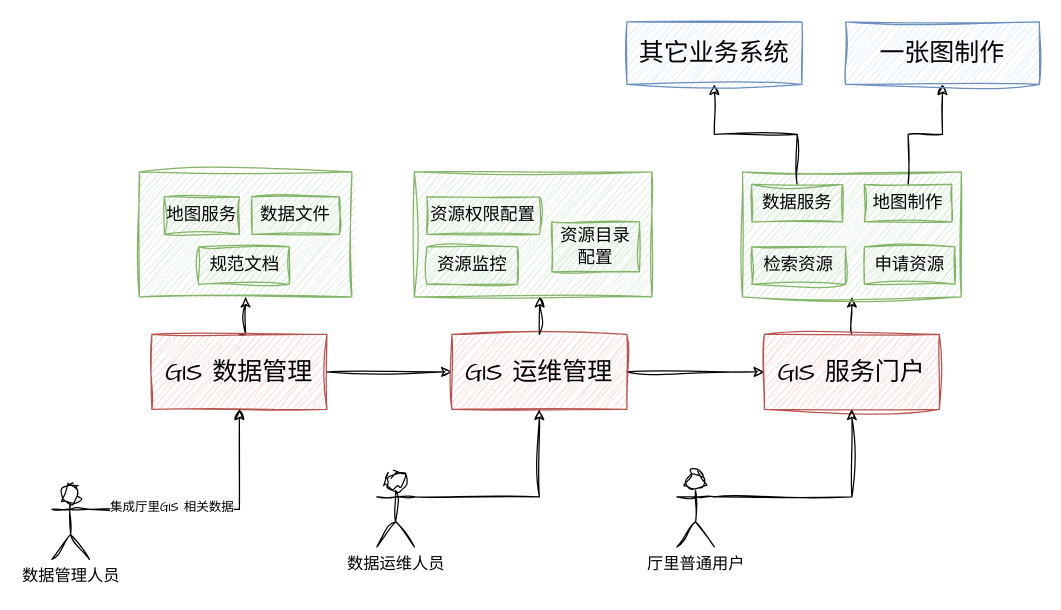
Before: page "20230129" (5 of 5) of GIS 一张图.drawio in GISering/diagram, a draw.io diagram. Source tidied: cells renumbered, new cells numbered last; positions are measured from the earlier drawing's top-left corner, leaving out a move shared by most shapes. Both pictures are drawn from the tidied source at 125%, with x=0, y=0 at pixel (51, 21).
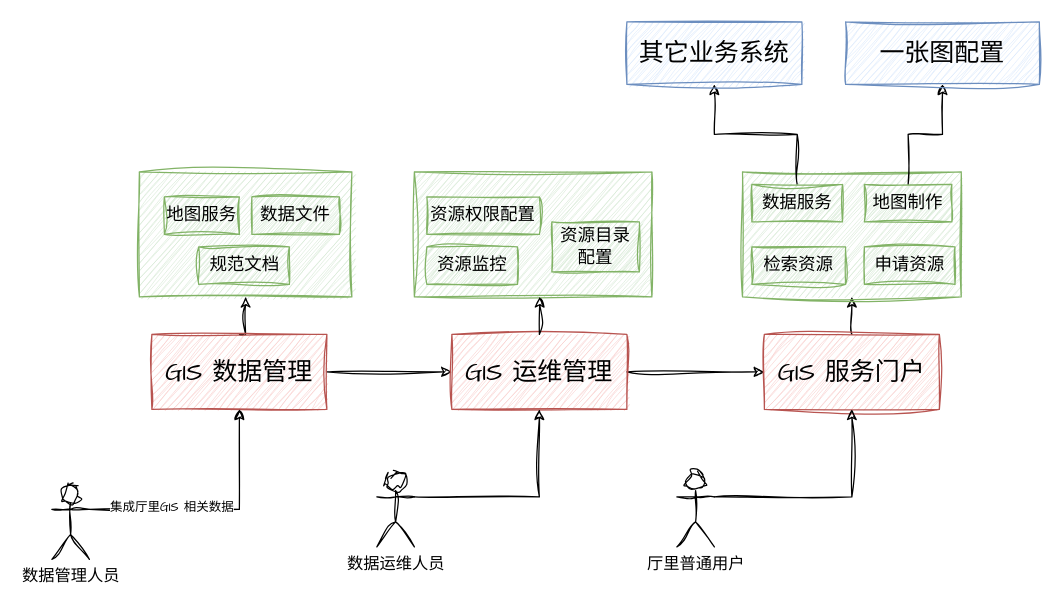
Above is the later version.

Commit message:
更新GIS 一张图.drawio

Diff of the diagram source:
```diff
@@
-    <mxCell id="33" value="一张图制作" style="rounded=0;whiteSpace=wrap;html=1;sketch=1;hachureGap=4;jiggle=2;curveFitting=1;fontFamily=Architects Daughter;fontSize=20;fillColor=#dae8fc;strokeColor=#6c8ebf;" parent="1" vertex="1">
+    <mxCell id="33" value="一张图配置" style="rounded=0;whiteSpace=wrap;html=1;sketch=1;hachureGap=4;jiggle=2;curveFitting=1;fontFamily=Architects Daughter;fontSize=20;fillColor=#dae8fc;strokeColor=#6c8ebf;" parent="1" vertex="1">
       <mxGeometry x="635" width="155" height="50" as="geometry" />
     </mxCell>
```
